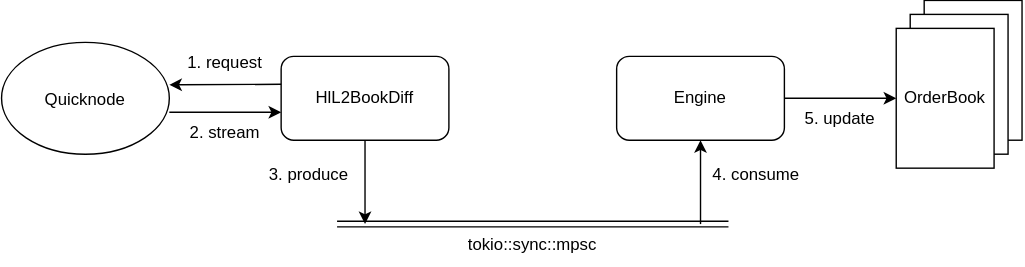
Earlier version of the draw.io export docs/hl-md-handler.drawio.svg (agnesvun/hl-md-handler). Source tidied: cells renumbered, new cells last; positions are measured from the earlier drawing's top-left corner, leaving out a move shared by most shapes.
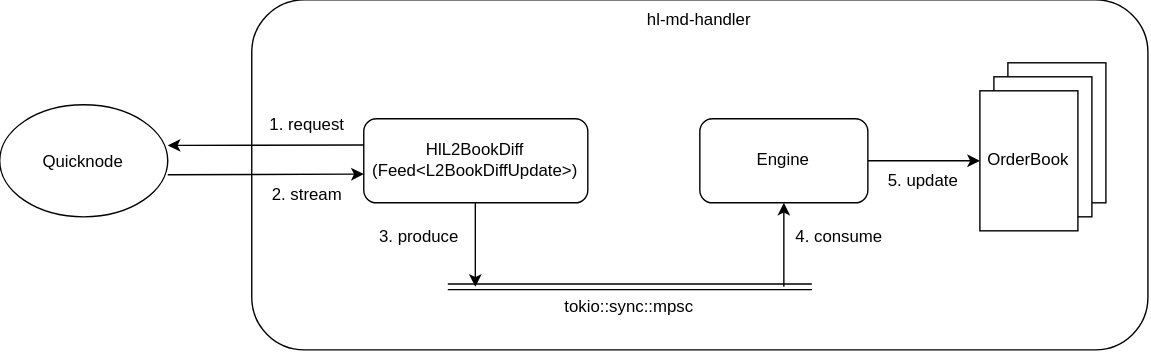
The same file after the commit.

The edit, as a diff of the source:
```diff
@@ -2,6 +2,9 @@
   <root>
     <mxCell id="0" />
     <mxCell id="1" parent="0" />
+    <mxCell id="21" style="rounded=1;whiteSpace=wrap;html=1;" parent="1" vertex="1">
+      <mxGeometry x="120" y="-45" width="640" height="250" as="geometry" />
+    </mxCell>
     <mxCell id="2" style="rounded=0;whiteSpace=wrap;html=1;" parent="1" vertex="1">
       <mxGeometry x="660" width="70" height="100" as="geometry" />
     </mxCell>
@@ -10,34 +13,29 @@
     </mxCell>
     <mxCell id="4" style="shape=link;html=1;rounded=0;" parent="1" edge="1">
       <mxGeometry relative="1" as="geometry">
-        <mxPoint x="240" y="160" as="sourcePoint" />
+        <mxPoint x="260" y="160" as="sourcePoint" />
         <mxPoint x="520" y="160" as="targetPoint" />
       </mxGeometry>
     </mxCell>
-    <mxCell id="5" value="HlL2BookDiff" style="rounded=1;whiteSpace=wrap;html=1;" parent="1" vertex="1">
-      <mxGeometry x="200" y="40" width="120" height="60" as="geometry" />
+    <mxCell id="5" value="&lt;div&gt;HlL2BookDiff&lt;/div&gt;&lt;div&gt;(Feed&amp;lt;L2BookDiffUpdate&amp;gt;)&lt;/div&gt;" style="rounded=1;whiteSpace=wrap;html=1;" parent="1" vertex="1">
+      <mxGeometry x="200" y="40" width="160" height="60" as="geometry" />
     </mxCell>
     <mxCell id="6" value="Engine" style="rounded=1;whiteSpace=wrap;html=1;" parent="1" vertex="1">
       <mxGeometry x="440" y="40" width="120" height="60" as="geometry" />
     </mxCell>
-    <mxCell id="7" style="endArrow=classic;html=1;rounded=0;exitX=0.5;exitY=1;exitDx=0;exitDy=0;" parent="1" edge="1" source="5">
-      <mxGeometry relative="1" as="geometry">
-        <mxPoint x="260" y="160" as="targetPoint" />
-      </mxGeometry>
-    </mxCell>
     <mxCell id="8" style="endArrow=classic;html=1;rounded=0;entryX=0.5;entryY=1;entryDx=0;entryDy=0;" parent="1" edge="1" target="6">
       <mxGeometry relative="1" as="geometry">
         <mxPoint x="500" y="160" as="sourcePoint" />
       </mxGeometry>
     </mxCell>
     <mxCell id="9" value="&lt;div&gt;3.&amp;nbsp;produce&lt;/div&gt;" style="text;html=1;whiteSpace=wrap;strokeColor=none;fillColor=none;align=center;verticalAlign=middle;rounded=0;" parent="1" vertex="1">
-      <mxGeometry x="190" y="110" width="60" height="30" as="geometry" />
+      <mxGeometry x="210" y="110" width="60" height="30" as="geometry" />
     </mxCell>
     <mxCell id="10" value="&lt;div&gt;4. consume&lt;/div&gt;" style="text;html=1;whiteSpace=wrap;strokeColor=none;fillColor=none;align=center;verticalAlign=middle;rounded=0;" parent="1" vertex="1">
       <mxGeometry x="500" y="110" width="80" height="30" as="geometry" />
     </mxCell>
     <mxCell id="11" value="tokio::sync::mpsc" style="text;html=1;whiteSpace=wrap;strokeColor=none;fillColor=none;align=center;verticalAlign=middle;rounded=0;" parent="1" vertex="1">
-      <mxGeometry x="350" y="160" width="60" height="30" as="geometry" />
+      <mxGeometry x="330" y="160" width="120" height="30" as="geometry" />
     </mxCell>
     <mxCell id="12" style="endArrow=classic;html=1;rounded=0;exitX=1;exitY=0.5;exitDx=0;exitDy=0;" parent="1" edge="1" source="6">
       <mxGeometry relative="1" as="geometry">
@@ -51,28 +49,32 @@
       <mxGeometry x="570" y="70" width="60" height="30" as="geometry" />
     </mxCell>
     <mxCell id="15" value="Quicknode" style="ellipse;whiteSpace=wrap;html=1;shapeInside=1;" parent="1" vertex="1">
-      <mxGeometry y="30" width="120" height="80" as="geometry" />
+      <mxGeometry x="-60" y="30" width="120" height="80" as="geometry" />
     </mxCell>
-    <mxCell id="16" style="group;" parent="1" vertex="1">
-      <mxGeometry x="120" y="60" width="80" height="20" as="geometry" />
-    </mxCell>
+    <mxCell id="19" value="&lt;div&gt;1. request&lt;/div&gt;" style="text;html=1;whiteSpace=wrap;strokeColor=none;fillColor=none;align=center;verticalAlign=middle;rounded=0;" parent="1" vertex="1">
+      <mxGeometry x="130" y="30" width="60" height="30" as="geometry" />
+    </mxCell>
+    <mxCell id="20" value="&lt;div&gt;2. stream&lt;/div&gt;" style="text;html=1;whiteSpace=wrap;strokeColor=none;fillColor=none;align=center;verticalAlign=middle;rounded=0;" parent="1" vertex="1">
+      <mxGeometry x="130" y="80" width="60" height="30" as="geometry" />
+    </mxCell>
-    <mxCell id="17" style="endArrow=classic;html=1;rounded=0;entryX=1;entryY=0.375;entryDx=0;entryDy=0;entryPerimeter=0;" parent="16" edge="1">
+    <mxCell id="17" style="endArrow=classic;html=1;rounded=0;exitX=0.125;exitY=0.415;exitDx=0;exitDy=0;exitPerimeter=0;" parent="1" edge="1" source="21">
       <mxGeometry relative="1" as="geometry">
-        <mxPoint x="80" as="sourcePoint" />
-        <mxPoint y="0.4" as="targetPoint" />
+        <mxPoint x="60" y="59" as="targetPoint" />
       </mxGeometry>
     </mxCell>
-    <mxCell id="18" style="endArrow=classic;html=1;rounded=0;exitX=1;exitY=0.625;exitDx=0;exitDy=0;exitPerimeter=0;" parent="16" edge="1">
+    <mxCell id="18" style="endArrow=classic;html=1;rounded=0;entryX=0.125;entryY=0.498;entryDx=0;entryDy=0;entryPerimeter=0;" parent="1" edge="1" target="21">
       <mxGeometry relative="1" as="geometry">
-        <mxPoint y="20" as="sourcePoint" />
-        <mxPoint x="80" y="20" as="targetPoint" />
+        <mxPoint x="60" y="80" as="sourcePoint" />
       </mxGeometry>
     </mxCell>
-    <mxCell id="19" value="&lt;div&gt;1. request&lt;/div&gt;" style="text;html=1;whiteSpace=wrap;strokeColor=none;fillColor=none;align=center;verticalAlign=middle;rounded=0;" parent="1" vertex="1">
-      <mxGeometry x="130" y="30" width="60" height="30" as="geometry" />
-    </mxCell>
-    <mxCell id="20" value="&lt;div&gt;2. stream&lt;/div&gt;" style="text;html=1;whiteSpace=wrap;strokeColor=none;fillColor=none;align=center;verticalAlign=middle;rounded=0;" parent="1" vertex="1">
-      <mxGeometry x="130" y="80" width="60" height="30" as="geometry" />
-    </mxCell>
+    <mxCell id="22" value="hl-md-handler" style="text;html=1;whiteSpace=wrap;strokeColor=none;fillColor=none;align=center;verticalAlign=middle;rounded=0;" parent="1" vertex="1">
+      <mxGeometry x="380" y="-45" width="120" height="30" as="geometry" />
+    </mxCell>
+    <mxCell id="23" style="endArrow=none;html=1;rounded=0;entryX=0.5;entryY=1;entryDx=0;entryDy=0;startArrow=classic;startFill=1;endFill=0;" parent="1" edge="1">
+      <mxGeometry relative="1" as="geometry">
+        <mxPoint x="279.7" y="160" as="sourcePoint" />
+        <mxPoint x="279.7" y="100" as="targetPoint" />
+      </mxGeometry>
+    </mxCell>
   </root>
 </mxGraphModel>
```
